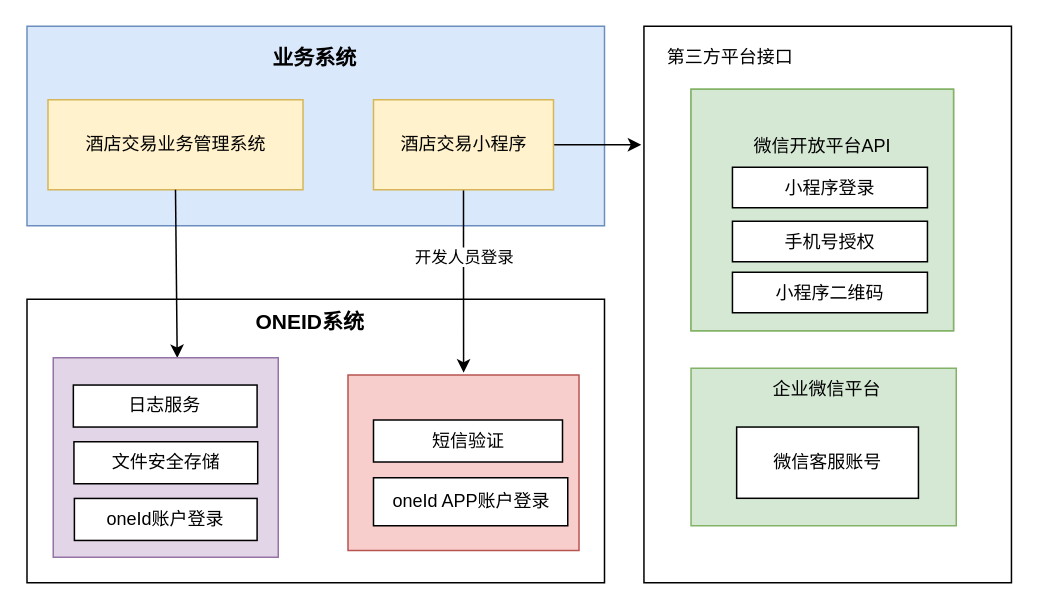
Before: 系统架构图.drawio in kivawjc/decade, a draw.io diagram. Source tidied: cells renumbered, new cells numbered last; positions are measured from the earlier drawing's top-left corner, leaving out a move shared by most shapes. Both pictures are drawn from the tidied source at 150%, with x=0, y=0 at pixel (26, 26).
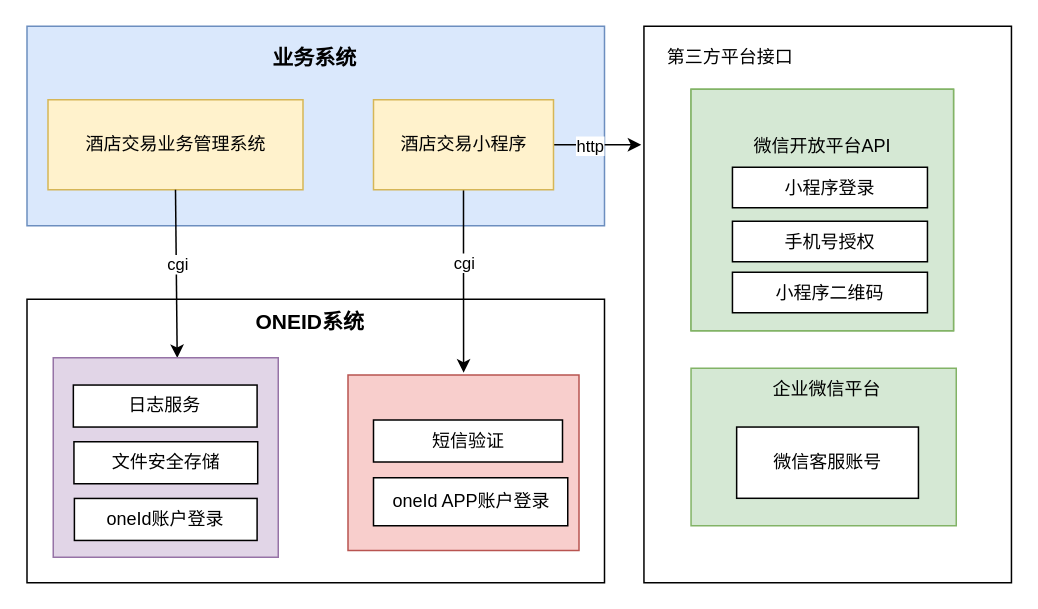
The same diagram, later.

Commit message:
更新系统架构图.drawio

Unchanged cells that the change refers to:
```xml
<mxCell id="20" style="edgeStyle=orthogonalEdgeStyle;rounded=0;jettySize=auto;html=1;" parent="1" edge="1" source="23">
  <mxGeometry relative="1" as="geometry">
    <mxPoint x="410" y="79" as="targetPoint" />
  </mxGeometry>
</mxCell>
<mxCell id="21" style="edgeStyle=orthogonalEdgeStyle;rounded=0;jettySize=auto;html=1;entryX=0.756;entryY=0.259;entryDx=0;entryDy=0;entryPerimeter=0;" parent="1" edge="1" source="23" target="2">
  <mxGeometry relative="1" as="geometry" />
</mxCell>
<mxCell id="25" style="endArrow=classic;html=1;rounded=0;exitX=0.5;exitY=1;exitDx=0;exitDy=0;entryX=0.551;entryY=0.001;entryDx=0;entryDy=0;entryPerimeter=0;" parent="1" edge="1" source="24" target="26">
  <mxGeometry relative="1" as="geometry" />
</mxCell>
```

Change to the diagram source:
```diff
@@
+    <mxCell id="30" value="http" style="edgeLabel;html=1;align=center;verticalAlign=middle;" parent="20" vertex="1">
+      <mxGeometry x="-0.2" y="-2" relative="1" as="geometry">
+        <mxPoint y="-2" as="offset" />
+      </mxGeometry>
+    </mxCell>
@@
-    <mxCell id="22" value="开发人员登录" style="edgeLabel;html=1;align=center;verticalAlign=middle;" parent="21" vertex="1">
-      <mxGeometry x="-0.4" relative="1" as="geometry">
-        <mxPoint y="8" as="offset" />
-      </mxGeometry>
-    </mxCell>
+    <mxCell id="31" value="cgi" style="edgeLabel;html=1;align=center;verticalAlign=middle;" parent="21" vertex="1">
+      <mxGeometry x="-0.4" y="1" relative="1" as="geometry">
+        <mxPoint x="-1" y="12" as="offset" />
+      </mxGeometry>
+    </mxCell>
@@
+    <mxCell id="32" value="cgi" style="edgeLabel;html=1;align=center;verticalAlign=middle;" parent="25" vertex="1">
+      <mxGeometry x="-0.1" relative="1" as="geometry" />
+    </mxCell>
```
